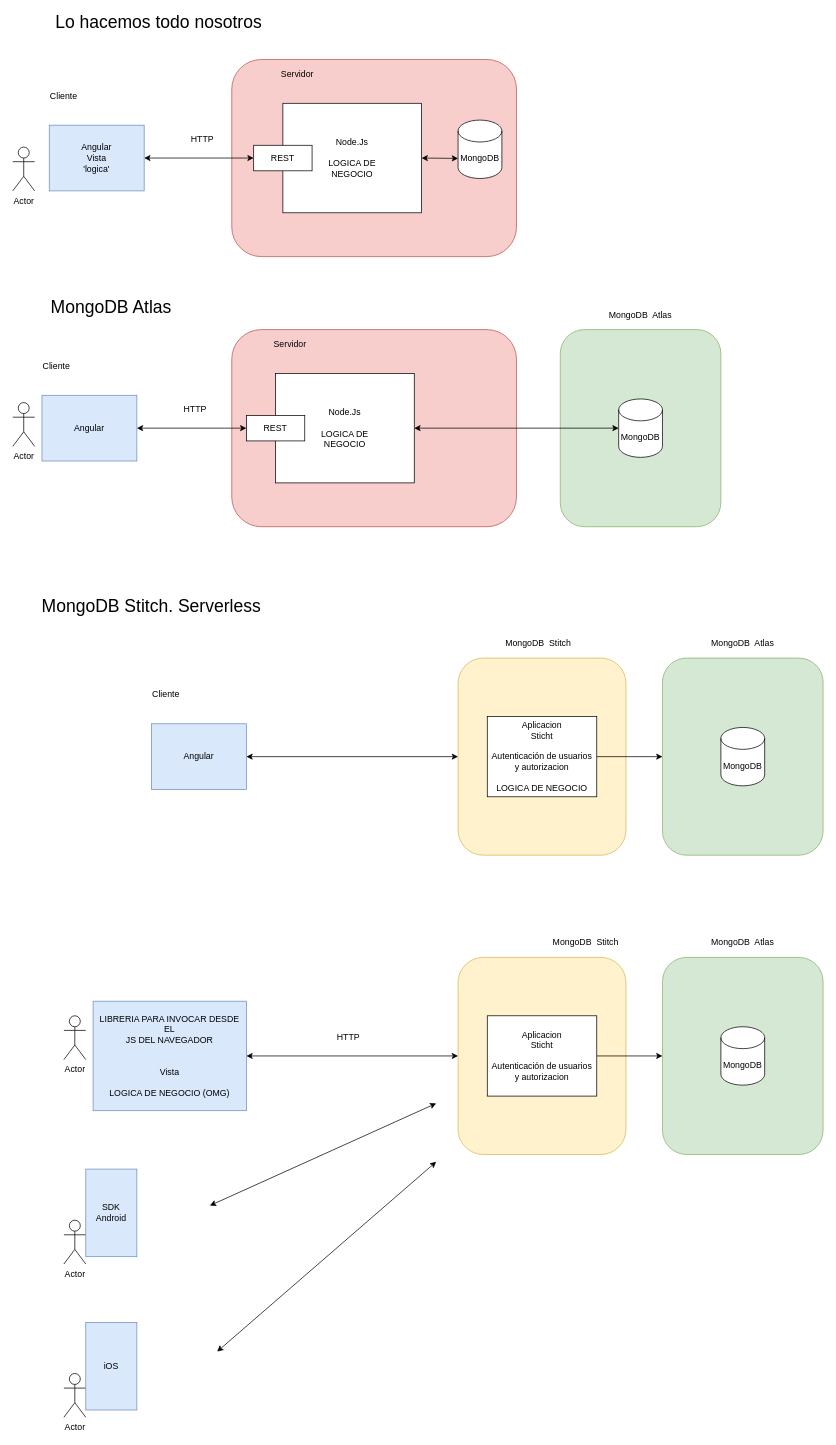
This is page "MongoDB_Cloud" (60 of 62) of diagramas.drawio from almoril00/MEAN, a draw.io file, before an edit. Source tidied: cells renumbered, new cells numbered last; positions are measured from the earlier drawing's top-left corner, leaving out a move shared by most shapes. Both pictures are drawn from the tidied source at 73%, with x=0, y=0 at pixel (12, 15).
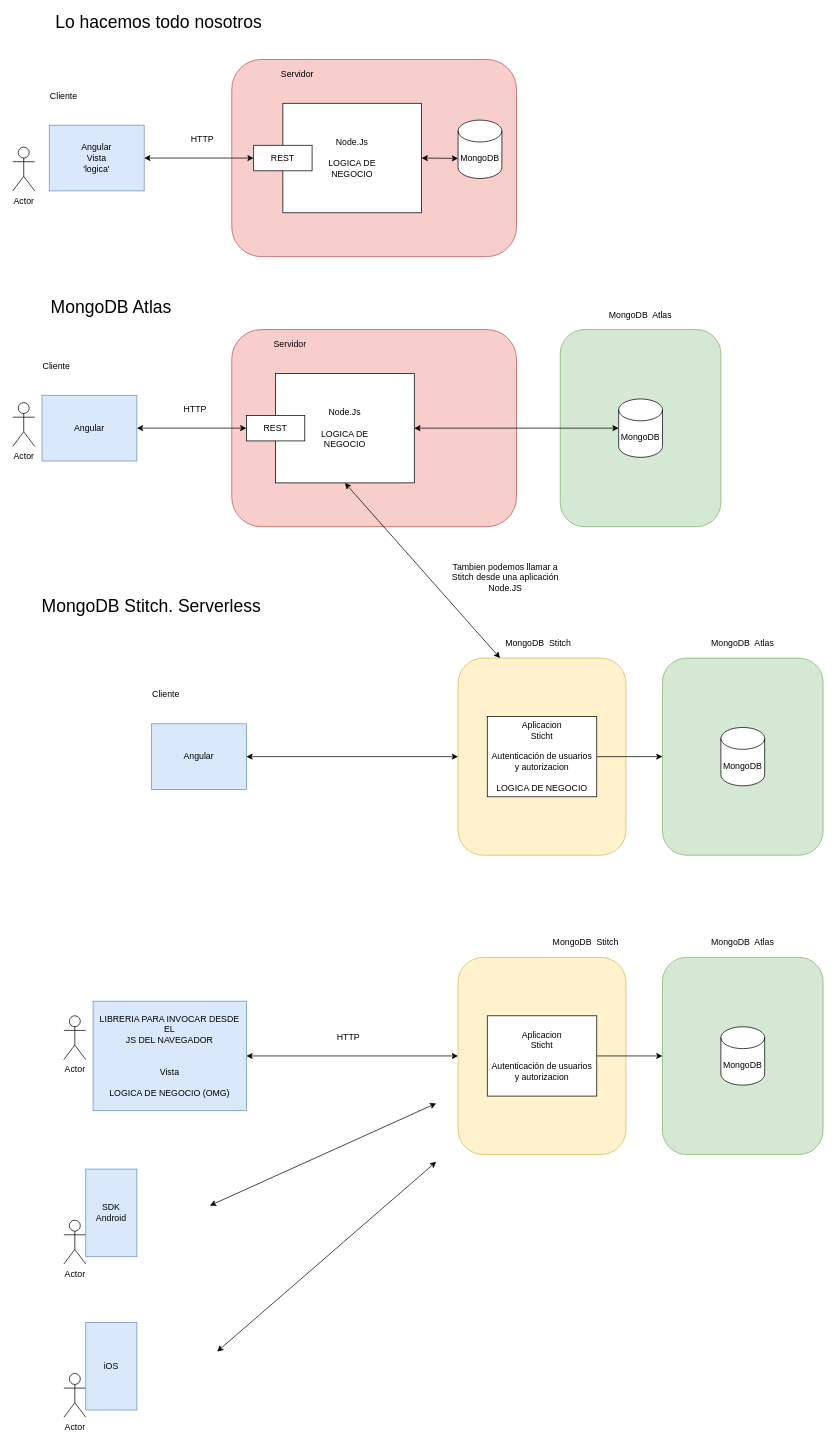
Above is the later version.

Unchanged cells that the change refers to:
```xml
<mxCell id="17" value="Node.Js&lt;br&gt;&lt;br&gt;LOGICA DE&lt;br&gt;NEGOCIO" style="rounded=0;whiteSpace=wrap;html=1;" parent="1" vertex="1">
  <mxGeometry x="360" y="490" width="190" height="150" as="geometry" />
</mxCell>
<mxCell id="27" style="rounded=1;whiteSpace=wrap;html=1;fillColor=#fff2cc;strokeColor=#d6b656;" parent="1" vertex="1">
  <mxGeometry x="610" y="880" width="230" height="270" as="geometry" />
</mxCell>
```

Diff of the diagram source:
```diff
@@
+    <mxCell id="56" style="endArrow=classic;startArrow=classic;html=1;exitX=0.5;exitY=1;exitDx=0;exitDy=0;entryX=0.25;entryY=0;entryDx=0;entryDy=0;" parent="1" edge="1" source="17" target="27">
+      <mxGeometry relative="1" as="geometry" />
+    </mxCell>
+    <mxCell id="57" value="Tambien podemos llamar a Stitch desde una aplicación Node.JS" style="text;html=1;strokeColor=none;fillColor=none;align=center;verticalAlign=middle;whiteSpace=wrap;rounded=0;" parent="1" vertex="1">
+      <mxGeometry x="590" y="760" width="170" height="20" as="geometry" />
+    </mxCell>
```
